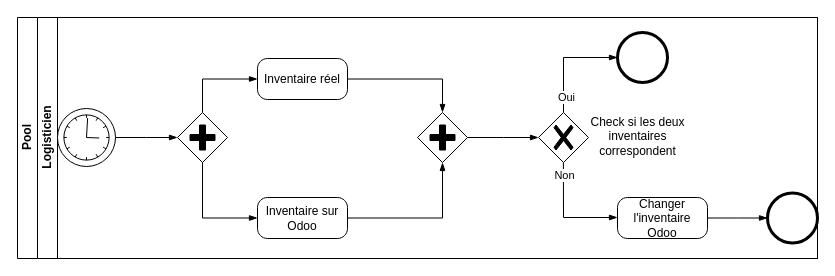
Before: Inventaire.drawio in quemet/Draw.io, a draw.io diagram. Source tidied: cells renumbered, new cells numbered last; positions are measured from the earlier drawing's top-left corner, leaving out a move shared by most shapes. Both pictures are drawn from the tidied source at 100%, with x=0, y=0 at pixel (17, 17).
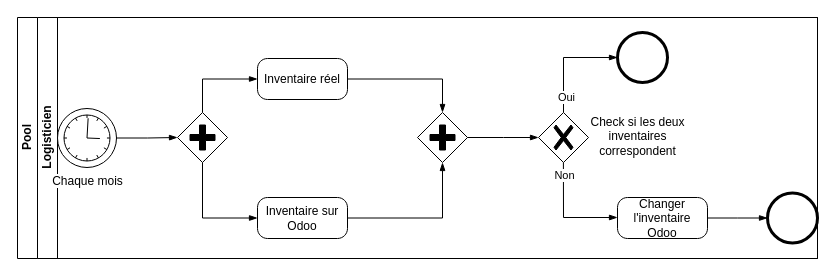
After the change.

Commit message (it also covers changes not shown here):
Mettre à jour Inventaire.drawio

Unchanged cells that the change refers to:
```xml
<mxCell id="3" value="Logisticien" style="swimlane;html=1;startSize=20;horizontal=0;" parent="2" vertex="1">
  <mxGeometry x="20" width="780" height="241" as="geometry" />
</mxCell>
```

Diff of the diagram source:
```diff
@@
-    <mxCell id="4" style="points=[[0.145,0.145,0],[0.5,0,0],[0.855,0.145,0],[1,0.5,0],[0.855,0.855,0],[0.5,1,0],[0.145,0.855,0],[0,0.5,0]];shape=mxgraph.bpmn.event;html=1;verticalLabelPosition=bottom;labelBackgroundColor=#ffffff;verticalAlign=top;align=center;perimeter=ellipsePerimeter;outlineConnect=0;outline=standard;symbol=timer;" parent="3" vertex="1">
-      <mxGeometry x="20" y="91" width="58" height="58" as="geometry" />
+    <mxCell id="4" value="Chaque mois" style="points=[[0.145,0.145,0],[0.5,0,0],[0.855,0.145,0],[1,0.5,0],[0.855,0.855,0],[0.5,1,0],[0.145,0.855,0],[0,0.5,0]];shape=mxgraph.bpmn.event;html=1;verticalLabelPosition=bottom;labelBackgroundColor=#ffffff;verticalAlign=top;align=center;perimeter=ellipsePerimeter;outlineConnect=0;outline=standard;symbol=timer;" parent="3" vertex="1">
+      <mxGeometry x="20" y="91" width="59" height="59" as="geometry" />
     </mxCell>
```
